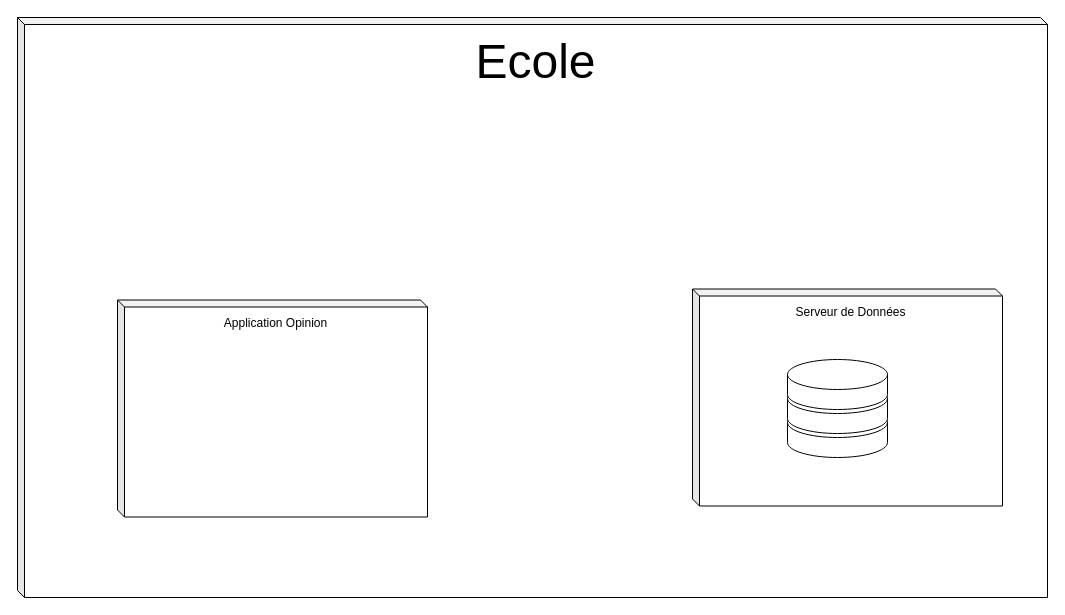
Above: DiagrammeDeDeploiement.drawio in Devetik/Diagrammes (draw.io), before the change. Source tidied: cells renumbered, new cells numbered last; positions are measured from the earlier drawing's top-left corner, leaving out a move shared by most shapes. Both pictures are drawn from the tidied source at 100%, with x=0, y=0 at pixel (17, 17).
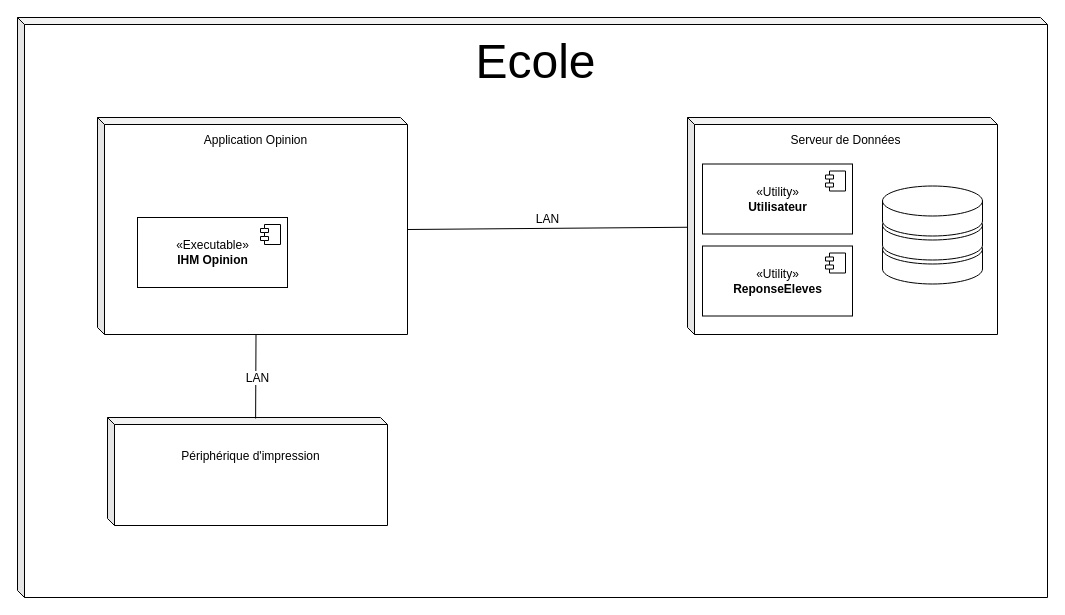
Above is the later version.

What changed in the source:
```diff
@@
 <mxGraphModel>
   <root>
     <mxCell id="0" />
     <mxCell id="1" parent="0" />
     <mxCell id="2" value="Ecole" style="shape=cube;whiteSpace=wrap;html=1;boundedLbl=1;backgroundOutline=1;darkOpacity=0.05;darkOpacity2=0.1;size=7;spacingTop=-500;fontSize=48;" parent="1" vertex="1">
       <mxGeometry width="1030" height="580" as="geometry" />
     </mxCell>
     <mxCell id="3" value="&lt;p style=&quot;line-height: 1;&quot;&gt;Serveur de Données&lt;/p&gt;" style="shape=cube;whiteSpace=wrap;html=1;boundedLbl=1;backgroundOutline=1;darkOpacity=0.05;darkOpacity2=0.1;size=7;spacing=8;spacingTop=-180;" parent="1" vertex="1">
-      <mxGeometry x="675" y="271.5" width="310" height="217" as="geometry" />
+      <mxGeometry x="670" y="100" width="310" height="217" as="geometry" />
     </mxCell>
     <mxCell id="4" style="shape=cylinder3;whiteSpace=wrap;html=1;boundedLbl=1;backgroundOutline=1;size=15;" parent="1" vertex="1">
-      <mxGeometry x="770" y="390" width="100" height="50" as="geometry" />
+      <mxGeometry x="865" y="216.5" width="100" height="50" as="geometry" />
     </mxCell>
     <mxCell id="5" style="shape=cylinder3;whiteSpace=wrap;html=1;boundedLbl=1;backgroundOutline=1;size=15;" parent="1" vertex="1">
-      <mxGeometry x="770" y="366" width="100" height="50" as="geometry" />
+      <mxGeometry x="865" y="192.5" width="100" height="50" as="geometry" />
     </mxCell>
     <mxCell id="6" style="shape=cylinder3;whiteSpace=wrap;html=1;boundedLbl=1;backgroundOutline=1;size=15;" parent="1" vertex="1">
-      <mxGeometry x="770" y="342" width="100" height="50" as="geometry" />
+      <mxGeometry x="865" y="168.5" width="100" height="50" as="geometry" />
     </mxCell>
     <mxCell id="7" value="&lt;p style=&quot;line-height: 1;&quot;&gt;Application Opinion&lt;/p&gt;" style="shape=cube;whiteSpace=wrap;html=1;boundedLbl=1;backgroundOutline=1;darkOpacity=0.05;darkOpacity2=0.1;size=7;spacing=8;spacingTop=-180;" parent="1" vertex="1">
-      <mxGeometry x="100" y="282.5" width="310" height="217" as="geometry" />
+      <mxGeometry x="80" y="100" width="310" height="217" as="geometry" />
     </mxCell>
+    <mxCell id="8" value="«Executable»&lt;br&gt;&lt;b&gt;IHM Opinion&lt;/b&gt;" style="html=1;fontSize=12;" parent="1" vertex="1">
+      <mxGeometry x="120" y="200" width="150" height="70" as="geometry" />
+    </mxCell>
+    <mxCell id="9" style="shape=module;jettyWidth=8;jettyHeight=4;fontSize=12;" parent="8" vertex="1">
+      <mxGeometry x="1" width="20" height="20" relative="1" as="geometry">
+        <mxPoint x="-27" y="7" as="offset" />
+      </mxGeometry>
+    </mxCell>
+    <mxCell id="10" value="&lt;p style=&quot;line-height: 1;&quot;&gt;Périphérique d'impression&lt;/p&gt;" style="shape=cube;whiteSpace=wrap;html=1;boundedLbl=1;backgroundOutline=1;darkOpacity=0.05;darkOpacity2=0.1;size=7;spacing=8;spacingTop=-40;" parent="1" vertex="1">
+      <mxGeometry x="90" y="400" width="280" height="108" as="geometry" />
+    </mxCell>
+    <mxCell id="11" value="«Utility»&lt;br&gt;&lt;b&gt;Utilisateur&lt;/b&gt;" style="html=1;fontSize=12;" parent="1" vertex="1">
+      <mxGeometry x="685" y="146.5" width="150" height="70" as="geometry" />
+    </mxCell>
+    <mxCell id="12" style="shape=module;jettyWidth=8;jettyHeight=4;fontSize=12;" parent="11" vertex="1">
+      <mxGeometry x="1" width="20" height="20" relative="1" as="geometry">
+        <mxPoint x="-27" y="7" as="offset" />
+      </mxGeometry>
+    </mxCell>
+    <mxCell id="13" value="«Utility»&lt;br&gt;&lt;b&gt;ReponseEleves&lt;/b&gt;" style="html=1;fontSize=12;" parent="1" vertex="1">
+      <mxGeometry x="685" y="228.5" width="150" height="70" as="geometry" />
+    </mxCell>
+    <mxCell id="14" style="shape=module;jettyWidth=8;jettyHeight=4;fontSize=12;" parent="13" vertex="1">
+      <mxGeometry x="1" width="20" height="20" relative="1" as="geometry">
+        <mxPoint x="-27" y="7" as="offset" />
+      </mxGeometry>
+    </mxCell>
+    <mxCell id="15" value="LAN" style="endArrow=none;html=1;rounded=0;fontSize=12;exitX=0;exitY=0;exitDx=310;exitDy=111.99999999999999;exitPerimeter=0;verticalAlign=bottom;endFill=0;" parent="1" edge="1" source="7" target="3">
+      <mxGeometry relative="1" as="geometry" />
+    </mxCell>
+    <mxCell id="16" value="LAN" style="endArrow=none;html=1;rounded=0;fontSize=12;exitX=0;exitY=0;exitDx=158.5;exitDy=216.99999999999997;exitPerimeter=0;entryX=0.529;entryY=0.009;entryDx=0;entryDy=0;entryPerimeter=0;endFill=0;verticalAlign=bottom;" parent="1" edge="1" source="7" target="10">
+      <mxGeometry x="0.26" y="2" relative="1" as="geometry" />
+    </mxCell>
   </root>
 </mxGraphModel>
```
